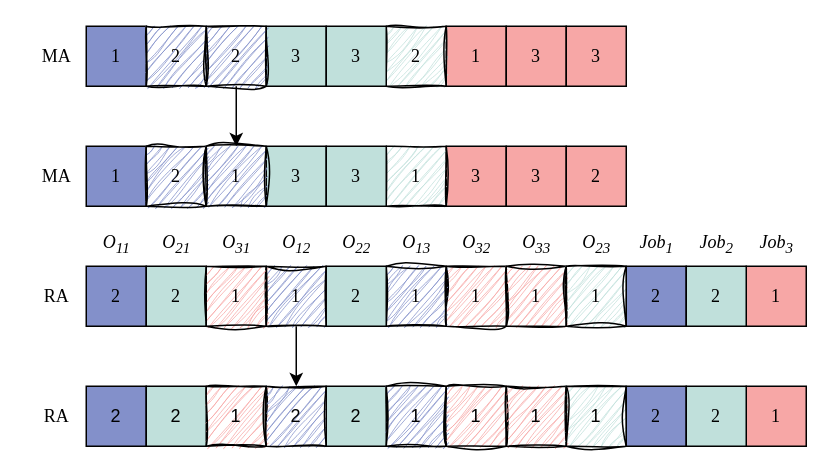
Above: mutation.drawio in aslongaslihappy/algorithm (draw.io), before the change. Source tidied: cells renumbered, new cells numbered last; positions are measured from the earlier drawing's top-left corner, leaving out a move shared by most shapes. Both pictures are drawn from the tidied source at 150%, with x=0, y=0 at pixel (26, 26).
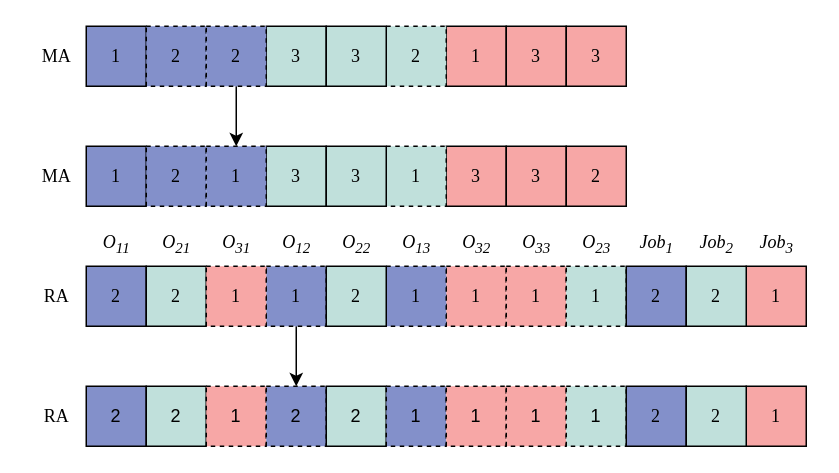
The same page after the edit.

What changed in the source:
```diff
@@
-    <mxCell id="19" value="2" style="whiteSpace=wrap;html=1;fillColor=#8390CA;strokeColor=light-dark(#000000,#446E2C);strokeWidth=1;fontFamily=Times New Roman;shadow=0;fillStyle=auto;gradientColor=none;rounded=0;sketch=1;curveFitting=1;jiggle=2;" parent="1" vertex="1">
+    <mxCell id="19" value="2" style="whiteSpace=wrap;html=1;fillColor=#8390CA;strokeColor=light-dark(#000000,#446E2C);strokeWidth=1;fontFamily=Times New Roman;shadow=0;fillStyle=auto;gradientColor=none;rounded=0;dashed=1;" parent="1" vertex="1">
       <mxGeometry x="80" width="40" height="40" as="geometry" />
     </mxCell>
@@
-    <mxCell id="22" value="2" style="whiteSpace=wrap;html=1;fillColor=#8390CA;strokeColor=light-dark(#000000,#446E2C);strokeWidth=1;fontFamily=Times New Roman;shadow=0;fillStyle=auto;sketch=1;curveFitting=1;jiggle=2;" parent="1" vertex="1">
+    <mxCell id="22" value="2" style="whiteSpace=wrap;html=1;fillColor=#8390CA;strokeColor=light-dark(#000000,#446E2C);strokeWidth=1;fontFamily=Times New Roman;shadow=0;fillStyle=auto;dashed=1;gradientColor=none;" parent="1" vertex="1">
       <mxGeometry x="120" width="40" height="40" as="geometry" />
     </mxCell>
@@
-    <mxCell id="24" value="2" style="whiteSpace=wrap;html=1;fillColor=#C0E0DB;strokeColor=light-dark(#000000,#446E2C);strokeWidth=1;fontFamily=Times New Roman;sketch=1;curveFitting=1;jiggle=2;" parent="1" vertex="1">
+    <mxCell id="24" value="2" style="whiteSpace=wrap;html=1;fillColor=#C0E0DB;strokeColor=light-dark(#000000,#446E2C);strokeWidth=1;fontFamily=Times New Roman;dashed=1;" parent="1" vertex="1">
       <mxGeometry x="240" width="40" height="40" as="geometry" />
     </mxCell>
@@
-    <mxCell id="31" value="1" style="whiteSpace=wrap;html=1;fillColor=#8390CA;strokeColor=light-dark(#000000,#446E2C);strokeWidth=1;fontFamily=Times New Roman;sketch=1;curveFitting=1;jiggle=2;" parent="1" vertex="1">
+    <mxCell id="31" value="1" style="whiteSpace=wrap;html=1;fillColor=#8390CA;strokeColor=light-dark(#000000,#446E2C);strokeWidth=1;fontFamily=Times New Roman;dashed=1;" parent="1" vertex="1">
       <mxGeometry x="160" y="160" width="40" height="40" as="geometry" />
     </mxCell>
-    <mxCell id="32" value="1" style="whiteSpace=wrap;html=1;fillColor=#F7A7A6;strokeColor=light-dark(#000000,#446E2C);strokeWidth=1;fontFamily=Times New Roman;sketch=1;curveFitting=1;jiggle=2;" parent="1" vertex="1">
+    <mxCell id="32" value="1" style="whiteSpace=wrap;html=1;fillColor=#F7A7A6;strokeColor=light-dark(#000000,#446E2C);strokeWidth=1;fontFamily=Times New Roman;dashed=1;" parent="1" vertex="1">
       <mxGeometry x="120" y="160" width="40" height="40" as="geometry" />
     </mxCell>
-    <mxCell id="33" value="1" style="whiteSpace=wrap;html=1;fillColor=#F7A7A6;strokeColor=light-dark(#000000,#446E2C);strokeWidth=1;fontFamily=Times New Roman;sketch=1;curveFitting=1;jiggle=2;" parent="1" vertex="1">
+    <mxCell id="33" value="1" style="whiteSpace=wrap;html=1;fillColor=#F7A7A6;strokeColor=light-dark(#000000,#446E2C);strokeWidth=1;fontFamily=Times New Roman;dashed=1;" parent="1" vertex="1">
       <mxGeometry x="280" y="160" width="40" height="40" as="geometry" />
     </mxCell>
-    <mxCell id="34" value="1" style="whiteSpace=wrap;html=1;fillColor=#8390CA;strokeColor=light-dark(#000000,#446E2C);strokeWidth=1;fontFamily=Times New Roman;sketch=1;curveFitting=1;jiggle=2;" parent="1" vertex="1">
+    <mxCell id="34" value="1" style="whiteSpace=wrap;html=1;fillColor=#8390CA;strokeColor=light-dark(#000000,#446E2C);strokeWidth=1;fontFamily=Times New Roman;dashed=1;" parent="1" vertex="1">
       <mxGeometry x="240" y="160" width="40" height="40" as="geometry" />
     </mxCell>
@@
-    <mxCell id="36" value="1" style="whiteSpace=wrap;html=1;fillColor=#F7A7A6;strokeColor=light-dark(#000000,#446E2C);strokeWidth=1;fontFamily=Times New Roman;sketch=1;curveFitting=1;jiggle=2;" parent="1" vertex="1">
+    <mxCell id="36" value="1" style="whiteSpace=wrap;html=1;fillColor=#F7A7A6;strokeColor=light-dark(#000000,#446E2C);strokeWidth=1;fontFamily=Times New Roman;dashed=1;" parent="1" vertex="1">
       <mxGeometry x="320" y="160" width="40" height="40" as="geometry" />
     </mxCell>
-    <mxCell id="37" value="1" style="whiteSpace=wrap;html=1;fillColor=#C0E0DB;strokeColor=light-dark(#000000,#446E2C);strokeWidth=1;fontFamily=Times New Roman;sketch=1;curveFitting=1;jiggle=2;" parent="1" vertex="1">
+    <mxCell id="37" value="1" style="whiteSpace=wrap;html=1;fillColor=#C0E0DB;strokeColor=light-dark(#000000,#446E2C);strokeWidth=1;fontFamily=Times New Roman;dashed=1;" parent="1" vertex="1">
       <mxGeometry x="360" y="160" width="40" height="40" as="geometry" />
     </mxCell>
@@
-    <mxCell id="40" value="1" style="whiteSpace=wrap;html=1;fillColor=#F7A7A6;sketch=1;curveFitting=1;jiggle=2;" parent="1" vertex="1">
+    <mxCell id="40" value="1" style="whiteSpace=wrap;html=1;fillColor=#F7A7A6;dashed=1;" parent="1" vertex="1">
       <mxGeometry x="120" y="240" width="40" height="40" as="geometry" />
     </mxCell>
-    <mxCell id="41" value="2" style="whiteSpace=wrap;html=1;fillColor=#8390CA;sketch=1;curveFitting=1;jiggle=2;" parent="1" vertex="1">
+    <mxCell id="41" value="2" style="whiteSpace=wrap;html=1;fillColor=#8390CA;dashed=1;" parent="1" vertex="1">
       <mxGeometry x="160" y="240" width="40" height="40" as="geometry" />
     </mxCell>
@@
-    <mxCell id="43" value="1" style="whiteSpace=wrap;html=1;fillColor=#8390CA;sketch=1;curveFitting=1;jiggle=2;" parent="1" vertex="1">
+    <mxCell id="43" value="1" style="whiteSpace=wrap;html=1;fillColor=#8390CA;dashed=1;" parent="1" vertex="1">
       <mxGeometry x="240" y="240" width="40" height="40" as="geometry" />
     </mxCell>
-    <mxCell id="44" value="1" style="whiteSpace=wrap;html=1;fillColor=#F7A7A6;sketch=1;curveFitting=1;jiggle=2;" parent="1" vertex="1">
+    <mxCell id="44" value="1" style="whiteSpace=wrap;html=1;fillColor=#F7A7A6;dashed=1;" parent="1" vertex="1">
       <mxGeometry x="280" y="240" width="40" height="40" as="geometry" />
     </mxCell>
-    <mxCell id="45" value="1" style="whiteSpace=wrap;html=1;fillColor=#F7A7A6;sketch=1;curveFitting=1;jiggle=2;" parent="1" vertex="1">
+    <mxCell id="45" value="1" style="whiteSpace=wrap;html=1;fillColor=#F7A7A6;dashed=1;" parent="1" vertex="1">
       <mxGeometry x="320" y="240" width="40" height="40" as="geometry" />
     </mxCell>
-    <mxCell id="46" value="1" style="whiteSpace=wrap;html=1;fillColor=#C0E0DB;sketch=1;curveFitting=1;jiggle=2;" parent="1" vertex="1">
+    <mxCell id="46" value="1" style="whiteSpace=wrap;html=1;fillColor=#C0E0DB;dashed=1;" parent="1" vertex="1">
       <mxGeometry x="360" y="240" width="40" height="40" as="geometry" />
     </mxCell>
@@
-    <mxCell id="48" value="2" style="whiteSpace=wrap;html=1;fillColor=#8390CA;strokeColor=light-dark(#000000,#446E2C);strokeWidth=1;fontFamily=Times New Roman;sketch=1;curveFitting=1;jiggle=2;" parent="1" vertex="1">
+    <mxCell id="48" value="2" style="whiteSpace=wrap;html=1;fillColor=#8390CA;strokeColor=light-dark(#000000,#446E2C);strokeWidth=1;fontFamily=Times New Roman;dashed=1;" parent="1" vertex="1">
       <mxGeometry x="80" y="80" width="40" height="40" as="geometry" />
     </mxCell>
@@
-    <mxCell id="50" value="1" style="whiteSpace=wrap;html=1;fillColor=#8390CA;strokeColor=light-dark(#000000,#446E2C);strokeWidth=1;fontFamily=Times New Roman;sketch=1;curveFitting=1;jiggle=2;" parent="1" vertex="1">
+    <mxCell id="50" value="1" style="whiteSpace=wrap;html=1;fillColor=#8390CA;strokeColor=light-dark(#000000,#446E2C);strokeWidth=1;fontFamily=Times New Roman;dashed=1;" parent="1" vertex="1">
       <mxGeometry x="120" y="80" width="40" height="40" as="geometry" />
     </mxCell>
@@
-    <mxCell id="52" value="1" style="whiteSpace=wrap;html=1;fillColor=#C0E0DB;strokeColor=light-dark(#000000,#446E2C);strokeWidth=1;fontFamily=Times New Roman;sketch=1;curveFitting=1;jiggle=2;" parent="1" vertex="1">
+    <mxCell id="52" value="1" style="whiteSpace=wrap;html=1;fillColor=#C0E0DB;strokeColor=light-dark(#000000,#446E2C);strokeWidth=1;fontFamily=Times New Roman;dashed=1;" parent="1" vertex="1">
       <mxGeometry x="240" y="80" width="40" height="40" as="geometry" />
     </mxCell>
```
